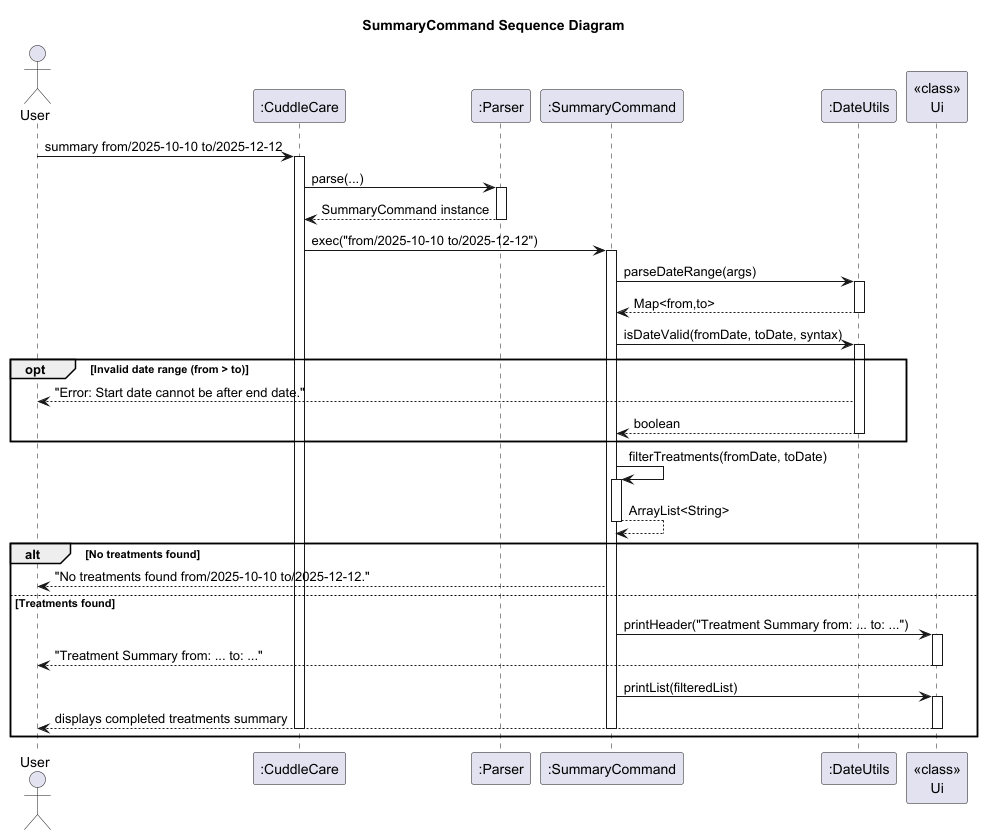
Above: docs/diagrams/SummaryCommand_Sequence_Diagram.png in Kevin88866/tp (PlantUML), before the change.
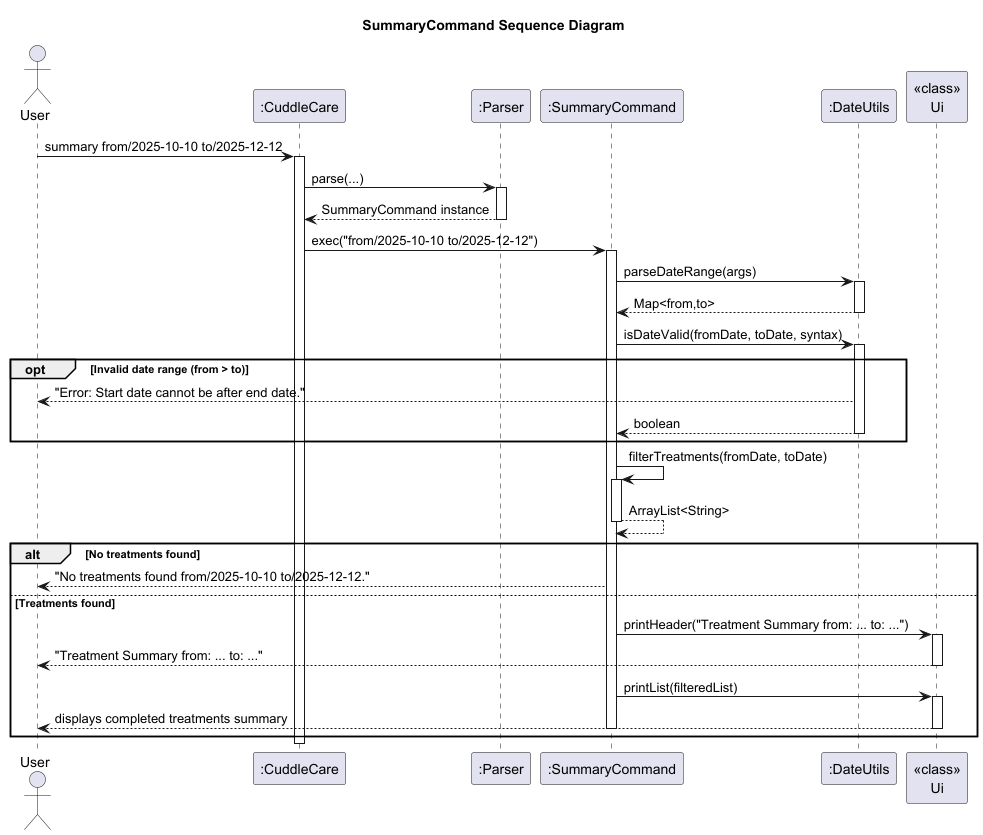
After the change.

Commit message:
Update DG to reflect update sequence diagrams

Diff of the diagram source:
```diff
@@ -53,6 +53,6 @@
     Ui --> User: displays completed treatments summary
     deactivate Ui
     deactivate Command
+end
     deactivate CuddleCare
-end
 @enduml
```
